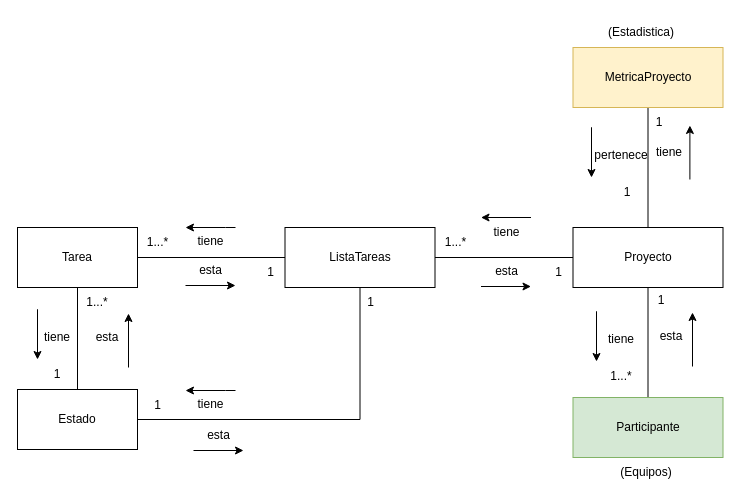
This is page "AnemicModelProjects" (3 of 16) of CoTasker_BoundedContext.drawio from Migue1409-KP/DOO-working-group, a draw.io file, before an edit. Source tidied: cells renumbered, new cells numbered last; positions are measured from the earlier drawing's top-left corner, leaving out a move shared by most shapes. Both pictures are drawn from the tidied source at 100%, with x=0, y=0 at pixel (17, 17).
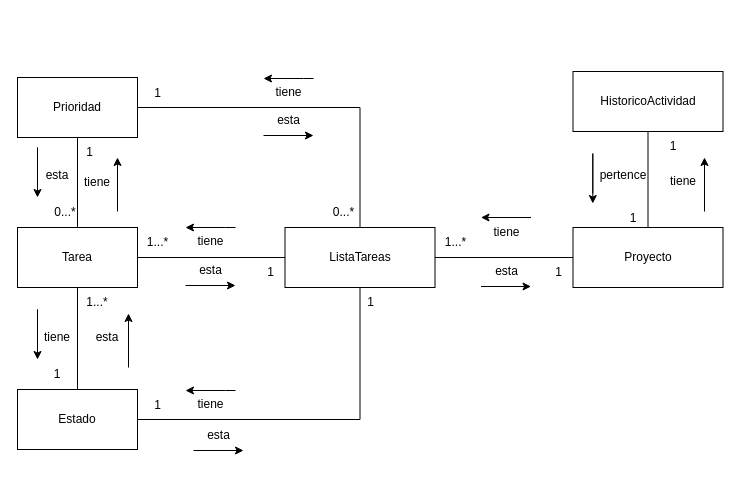
Above is the later version.

The change refers to these unchanged cells:
```xml
<mxCell id="5" value="Proyecto" style="rounded=0;whiteSpace=wrap;html=1;" parent="1" vertex="1">
  <mxGeometry x="555.5" y="210" width="150" height="60" as="geometry" />
</mxCell>
<mxCell id="19" value="ListaTareas" style="rounded=0;whiteSpace=wrap;html=1;" parent="1" vertex="1">
  <mxGeometry x="267.5" y="210" width="150" height="60" as="geometry" />
</mxCell>
<mxCell id="20" value="Tarea" style="rounded=0;whiteSpace=wrap;html=1;" parent="1" vertex="1">
  <mxGeometry y="210" width="120" height="60" as="geometry" />
</mxCell>
```

What changed in the source:
```diff
@@
-    <mxCell id="3" style="edgeStyle=orthogonalEdgeStyle;rounded=0;jettySize=auto;html=1;entryX=0.5;entryY=0;entryDx=0;entryDy=0;endArrow=none;endFill=0;" parent="1" edge="1" source="5" target="30">
-      <mxGeometry relative="1" as="geometry" />
-    </mxCell>
-    <mxCell id="4" style="edgeStyle=orthogonalEdgeStyle;rounded=0;jettySize=auto;html=1;endArrow=none;endFill=0;" parent="1" edge="1" source="5" target="38">
-      <mxGeometry relative="1" as="geometry" />
-    </mxCell>
+    <mxCell id="52" style="edgeStyle=orthogonalEdgeStyle;rounded=0;jettySize=auto;html=1;endArrow=none;endFill=0;" parent="1" edge="1" source="5" target="67">
+      <mxGeometry relative="1" as="geometry" />
+    </mxCell>
@@
+    <mxCell id="53" style="edgeStyle=orthogonalEdgeStyle;rounded=0;jettySize=auto;html=1;endArrow=none;endFill=0;" parent="1" edge="1" source="20" target="55">
+      <mxGeometry relative="1" as="geometry" />
+    </mxCell>
@@
-    <mxCell id="30" value="Participante" style="rounded=0;whiteSpace=wrap;html=1;fillColor=#d5e8d4;strokeColor=#82b366;" parent="1" vertex="1">
-      <mxGeometry x="555.5" y="380" width="150" height="60" as="geometry" />
-    </mxCell>
-    <mxCell id="31" value="esta" style="text;html=1;strokeColor=none;fillColor=none;align=center;verticalAlign=middle;whiteSpace=wrap;rounded=0;" parent="1" vertex="1">
-      <mxGeometry x="634" y="304" width="40" height="30" as="geometry" />
-    </mxCell>
-    <mxCell id="32" style="endArrow=classic;html=1;rounded=0;exitX=0.75;exitY=1;exitDx=0;exitDy=0;" parent="1" edge="1">
-      <mxGeometry relative="1" as="geometry">
-        <mxPoint x="675" y="349" as="sourcePoint" />
-        <mxPoint x="675" y="295" as="targetPoint" />
-      </mxGeometry>
-    </mxCell>
-    <mxCell id="33" value="tiene" style="text;html=1;strokeColor=none;fillColor=none;align=center;verticalAlign=middle;whiteSpace=wrap;rounded=0;" parent="1" vertex="1">
-      <mxGeometry x="574" y="307" width="60" height="30" as="geometry" />
-    </mxCell>
-    <mxCell id="34" style="endArrow=classic;html=1;rounded=0;" parent="1" edge="1">
-      <mxGeometry relative="1" as="geometry">
-        <mxPoint x="579" y="334" as="sourcePoint" />
-        <mxPoint x="579" y="344" as="targetPoint" />
-        <Array as="points">
-          <mxPoint x="579" y="294" />
-        </Array>
-      </mxGeometry>
-    </mxCell>
-    <mxCell id="35" value="1...*" style="text;html=1;strokeColor=none;fillColor=none;align=center;verticalAlign=middle;whiteSpace=wrap;rounded=0;" parent="1" vertex="1">
-      <mxGeometry x="574" y="344" width="60" height="30" as="geometry" />
-    </mxCell>
-    <mxCell id="36" value="1" style="text;html=1;strokeColor=none;fillColor=none;align=center;verticalAlign=middle;whiteSpace=wrap;rounded=0;" parent="1" vertex="1">
-      <mxGeometry x="614" y="268" width="60" height="30" as="geometry" />
-    </mxCell>
-    <mxCell id="37" value="(Equipos)" style="text;html=1;strokeColor=none;fillColor=none;align=center;verticalAlign=middle;whiteSpace=wrap;rounded=0;" parent="1" vertex="1">
-      <mxGeometry x="599" y="440" width="60" height="30" as="geometry" />
-    </mxCell>
-    <mxCell id="38" value="MetricaProyecto" style="rounded=0;whiteSpace=wrap;html=1;fillColor=#fff2cc;strokeColor=#d6b656;" parent="1" vertex="1">
-      <mxGeometry x="555.5" y="30" width="150" height="60" as="geometry" />
-    </mxCell>
-    <mxCell id="39" value="tiene" style="text;html=1;strokeColor=none;fillColor=none;align=center;verticalAlign=middle;whiteSpace=wrap;rounded=0;" parent="1" vertex="1">
-      <mxGeometry x="632.4" y="120" width="40" height="30" as="geometry" />
-    </mxCell>
-    <mxCell id="40" style="endArrow=classic;html=1;rounded=0;exitX=0.75;exitY=1;exitDx=0;exitDy=0;" parent="1" edge="1">
-      <mxGeometry relative="1" as="geometry">
-        <mxPoint x="672.4" y="162" as="sourcePoint" />
-        <mxPoint x="672.4" y="108" as="targetPoint" />
-      </mxGeometry>
-    </mxCell>
-    <mxCell id="41" value="1" style="text;html=1;strokeColor=none;fillColor=none;align=center;verticalAlign=middle;whiteSpace=wrap;rounded=0;" parent="1" vertex="1">
-      <mxGeometry x="612.4" y="90" width="60" height="30" as="geometry" />
-    </mxCell>
-    <mxCell id="42" value="pertenece" style="text;html=1;strokeColor=none;fillColor=none;align=center;verticalAlign=middle;whiteSpace=wrap;rounded=0;" parent="1" vertex="1">
-      <mxGeometry x="574" y="123" width="60" height="30" as="geometry" />
-    </mxCell>
-    <mxCell id="43" style="endArrow=classic;html=1;rounded=0;" parent="1" edge="1">
-      <mxGeometry relative="1" as="geometry">
-        <mxPoint x="574" y="150" as="sourcePoint" />
-        <mxPoint x="574" y="160" as="targetPoint" />
-        <Array as="points">
-          <mxPoint x="574" y="110" />
-        </Array>
-      </mxGeometry>
-    </mxCell>
-    <mxCell id="44" value="1" style="text;html=1;strokeColor=none;fillColor=none;align=center;verticalAlign=middle;whiteSpace=wrap;rounded=0;" parent="1" vertex="1">
-      <mxGeometry x="580" y="160" width="60" height="30" as="geometry" />
-    </mxCell>
-    <mxCell id="45" value="(Estadistica)" style="text;html=1;strokeColor=none;fillColor=none;align=center;verticalAlign=middle;whiteSpace=wrap;rounded=0;" parent="1" vertex="1">
-      <mxGeometry x="594" width="60" height="30" as="geometry" />
-    </mxCell>
@@
+    <mxCell id="54" style="edgeStyle=orthogonalEdgeStyle;rounded=0;jettySize=auto;html=1;endArrow=none;endFill=0;" parent="1" edge="1" source="55" target="19">
+      <mxGeometry relative="1" as="geometry" />
+    </mxCell>
+    <mxCell id="55" value="Prioridad" style="whiteSpace=wrap;html=1;rounded=0;" parent="1" vertex="1">
+      <mxGeometry y="60" width="120" height="60" as="geometry" />
+    </mxCell>
+    <mxCell id="56" value="tiene" style="text;html=1;strokeColor=none;fillColor=none;align=center;verticalAlign=middle;whiteSpace=wrap;rounded=0;" parent="1" vertex="1">
+      <mxGeometry x="60" y="150" width="40" height="30" as="geometry" />
+    </mxCell>
+    <mxCell id="57" style="endArrow=classic;html=1;rounded=0;exitX=0.75;exitY=1;exitDx=0;exitDy=0;" parent="1" edge="1">
+      <mxGeometry relative="1" as="geometry">
+        <mxPoint x="100" y="194" as="sourcePoint" />
+        <mxPoint x="100" y="140" as="targetPoint" />
+      </mxGeometry>
+    </mxCell>
+    <mxCell id="58" value="1" style="text;html=1;strokeColor=none;fillColor=none;align=center;verticalAlign=middle;whiteSpace=wrap;rounded=0;" parent="1" vertex="1">
+      <mxGeometry x="59.2" y="120" width="26.8" height="30" as="geometry" />
+    </mxCell>
+    <mxCell id="59" value="0...*" style="text;html=1;strokeColor=none;fillColor=none;align=center;verticalAlign=middle;whiteSpace=wrap;rounded=0;" parent="1" vertex="1">
+      <mxGeometry x="26" y="180" width="44" height="30" as="geometry" />
+    </mxCell>
+    <mxCell id="31" value="esta" style="text;html=1;strokeColor=none;fillColor=none;align=center;verticalAlign=middle;whiteSpace=wrap;rounded=0;" parent="1" vertex="1">
+      <mxGeometry x="10" y="143" width="60" height="30" as="geometry" />
+    </mxCell>
+    <mxCell id="60" style="endArrow=classic;html=1;rounded=0;" parent="1" edge="1">
+      <mxGeometry relative="1" as="geometry">
+        <mxPoint x="20" y="170" as="sourcePoint" />
+        <mxPoint x="20" y="180" as="targetPoint" />
+        <Array as="points">
+          <mxPoint x="20" y="130" />
+        </Array>
+      </mxGeometry>
+    </mxCell>
+    <mxCell id="61" value="tiene&lt;br&gt;" style="text;html=1;align=center;verticalAlign=middle;strokeColor=none;fillColor=none;" parent="1" vertex="1">
+      <mxGeometry x="246" y="60" width="50" height="30" as="geometry" />
+    </mxCell>
+    <mxCell id="62" style="endArrow=classic;html=1;rounded=0;" parent="1" edge="1">
+      <mxGeometry relative="1" as="geometry">
+        <mxPoint x="296" y="61" as="sourcePoint" />
+        <mxPoint x="246" y="61" as="targetPoint" />
+        <Array as="points">
+          <mxPoint x="286" y="61" />
+        </Array>
+      </mxGeometry>
+    </mxCell>
+    <mxCell id="63" value="1" style="text;html=1;align=center;verticalAlign=middle;strokeColor=none;fillColor=none;" parent="1" vertex="1">
+      <mxGeometry x="125" y="61" width="30" height="30" as="geometry" />
+    </mxCell>
+    <mxCell id="64" value="0...*" style="text;html=1;align=center;verticalAlign=middle;strokeColor=none;fillColor=none;" parent="1" vertex="1">
+      <mxGeometry x="306" y="180" width="40" height="30" as="geometry" />
+    </mxCell>
+    <mxCell id="65" value="esta&lt;br&gt;" style="text;html=1;align=center;verticalAlign=middle;strokeColor=none;fillColor=none;" parent="1" vertex="1">
+      <mxGeometry x="246" y="88" width="50" height="30" as="geometry" />
+    </mxCell>
+    <mxCell id="66" style="endArrow=classic;html=1;rounded=0;" parent="1" edge="1">
+      <mxGeometry relative="1" as="geometry">
+        <mxPoint x="246" y="118" as="sourcePoint" />
+        <mxPoint x="296" y="118" as="targetPoint" />
+      </mxGeometry>
+    </mxCell>
+    <mxCell id="67" value="HistoricoActividad" style="whiteSpace=wrap;html=1;rounded=0;" parent="1" vertex="1">
+      <mxGeometry x="555.5" y="54" width="150" height="60" as="geometry" />
+    </mxCell>
+    <mxCell id="68" value="tiene" style="text;html=1;strokeColor=none;fillColor=none;align=center;verticalAlign=middle;whiteSpace=wrap;rounded=0;" parent="1" vertex="1">
+      <mxGeometry x="646" y="149" width="40" height="30" as="geometry" />
+    </mxCell>
+    <mxCell id="69" style="endArrow=classic;html=1;rounded=0;exitX=0.75;exitY=1;exitDx=0;exitDy=0;" parent="1" edge="1">
+      <mxGeometry relative="1" as="geometry">
+        <mxPoint x="687" y="194" as="sourcePoint" />
+        <mxPoint x="687" y="140" as="targetPoint" />
+      </mxGeometry>
+    </mxCell>
+    <mxCell id="70" value="1" style="text;html=1;strokeColor=none;fillColor=none;align=center;verticalAlign=middle;whiteSpace=wrap;rounded=0;" parent="1" vertex="1">
+      <mxGeometry x="626" y="114" width="60" height="30" as="geometry" />
+    </mxCell>
+    <mxCell id="71" value="1" style="text;html=1;strokeColor=none;fillColor=none;align=center;verticalAlign=middle;whiteSpace=wrap;rounded=0;" parent="1" vertex="1">
+      <mxGeometry x="586" y="186" width="60" height="30" as="geometry" />
+    </mxCell>
+    <mxCell id="72" value="pertence" style="text;html=1;strokeColor=none;fillColor=none;align=center;verticalAlign=middle;whiteSpace=wrap;rounded=0;" parent="1" vertex="1">
+      <mxGeometry x="576" y="143" width="60" height="30" as="geometry" />
+    </mxCell>
+    <mxCell id="73" style="endArrow=classic;html=1;rounded=0;" parent="1" edge="1">
+      <mxGeometry relative="1" as="geometry">
+        <mxPoint x="575.3" y="176" as="sourcePoint" />
+        <mxPoint x="575.3" y="186" as="targetPoint" />
+        <Array as="points">
+          <mxPoint x="575.3" y="136" />
+        </Array>
+      </mxGeometry>
+    </mxCell>
```
